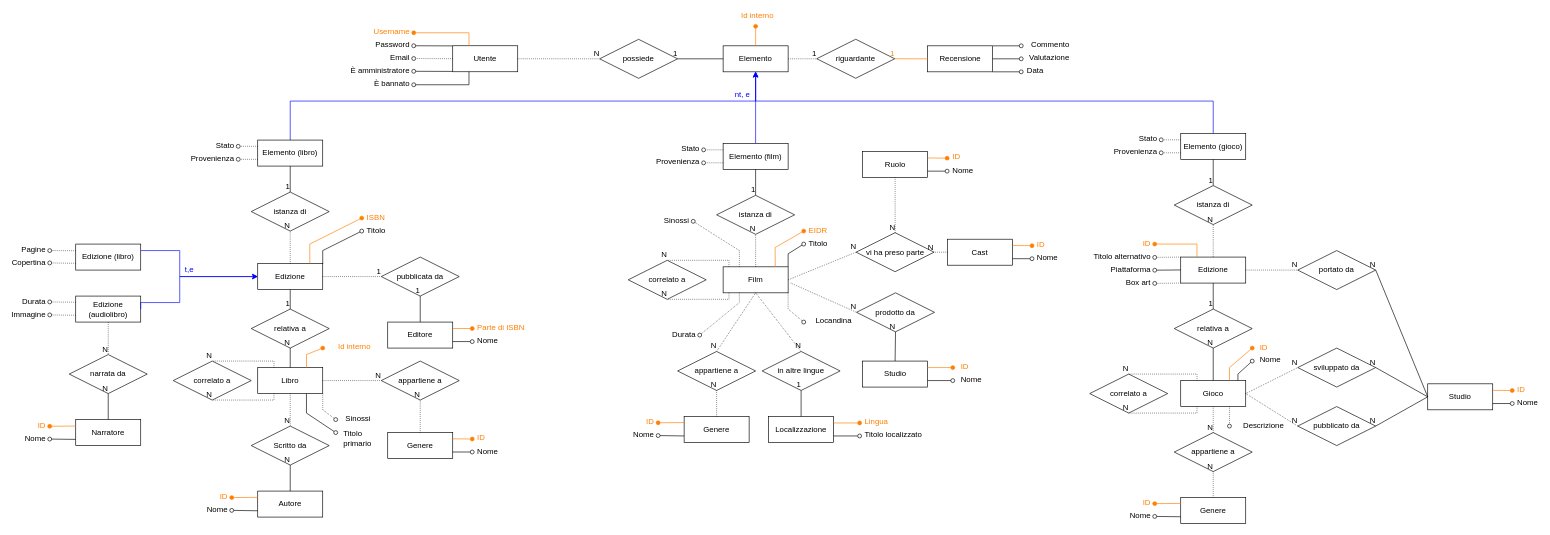
The draw.io diagram schema-finale.drawio in Steffo99/unimore-bdd-2020-alexandria, before the edit. Source tidied: cells renumbered, new cells numbered last; positions are measured from the earlier drawing's top-left corner, leaving out a move shared by most shapes. Both pictures are drawn from the tidied source at 65%, with x=0, y=0 at pixel (49, 26).
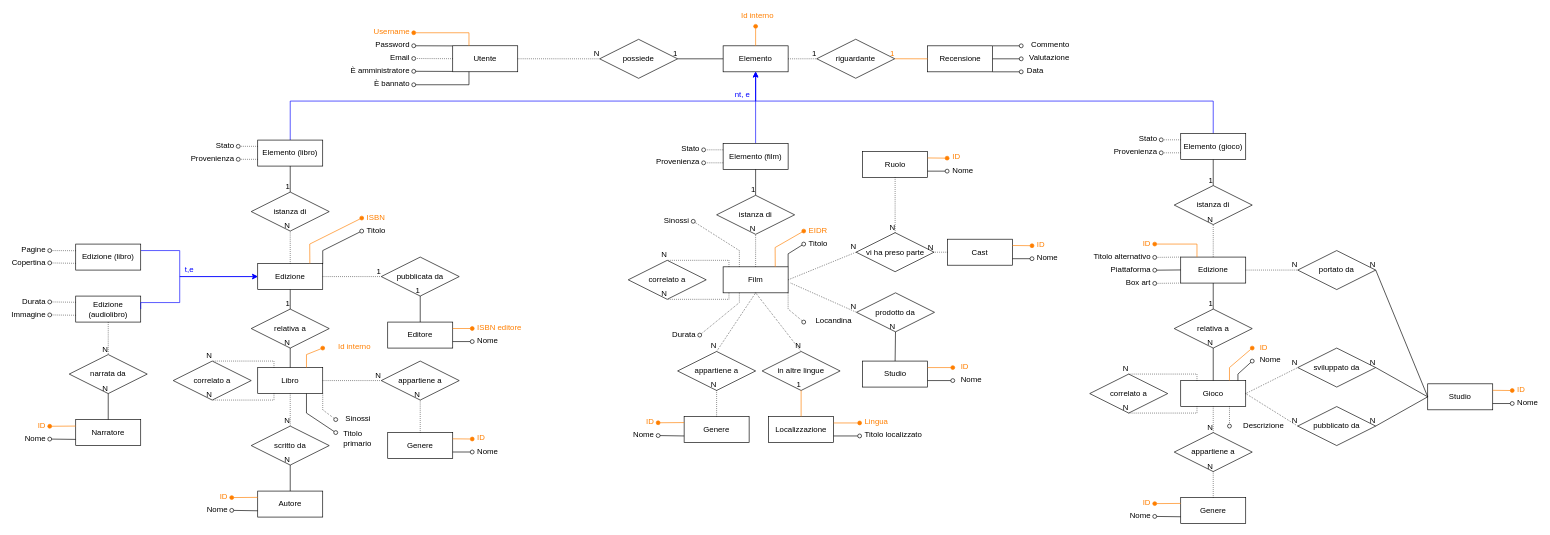
Above is the later version.

Commit message:
Aggiungi chiave mancante

The change refers to these unchanged cells:
```xml
<mxCell id="55" value="Localizzazione" style="whiteSpace=wrap;html=1;align=center;" parent="1" vertex="1">
  <mxGeometry x="1106" y="600.2" width="100" height="40" as="geometry" />
</mxCell>
<mxCell id="79" value="in altre lingue" style="shape=rhombus;perimeter=rhombusPerimeter;whiteSpace=wrap;html=1;align=center;" parent="1" vertex="1">
  <mxGeometry x="1096" y="500.2" width="120" height="60" as="geometry" />
</mxCell>
<mxCell id="132" style="endArrow=oval;html=1;rounded=0;strokeColor=#FF7F00;exitX=1;exitY=0.5;exitDx=0;exitDy=0;endFill=1;" parent="1" edge="1">
  <mxGeometry relative="1" as="geometry">
    <mxPoint x="620" y="464.9" as="sourcePoint" />
    <mxPoint x="650" y="464.9" as="targetPoint" />
  </mxGeometry>
</mxCell>
```

Diff of the diagram source:
```diff
@@
-    <mxCell id="38" value="Scritto da" style="shape=rhombus;perimeter=rhombusPerimeter;whiteSpace=wrap;html=1;align=center;" parent="1" vertex="1">
+    <mxCell id="38" value="&lt;div&gt;scritto da&lt;/div&gt;" style="shape=rhombus;perimeter=rhombusPerimeter;whiteSpace=wrap;html=1;align=center;" parent="1" vertex="1">
       <mxGeometry x="310" y="615" width="120" height="60" as="geometry" />
     </mxCell>
@@
-    <mxCell id="82" style="endArrow=none;html=1;rounded=0;entryX=0.5;entryY=1;entryDx=0;entryDy=0;exitX=0.5;exitY=0;exitDx=0;exitDy=0;" parent="1" edge="1" source="55" target="79">
+    <mxCell id="82" style="endArrow=none;html=1;rounded=0;entryX=0.5;entryY=1;entryDx=0;entryDy=0;exitX=0.5;exitY=0;exitDx=0;exitDy=0;strokeColor=#FF7F00;" parent="1" edge="1" source="55" target="79">
       <mxGeometry relative="1" as="geometry" />
     </mxCell>
@@
-    <mxCell id="133" value="Parte di ISBN" style="align=left;verticalAlign=middle;fontColor=#FF7F00;html=1;spacingRight=0;spacingBottom=4;spacingLeft=6;" parent="132" vertex="1">
+    <mxCell id="133" value="ISBN editore" style="align=left;verticalAlign=middle;fontColor=#FF7F00;html=1;spacingRight=0;spacingBottom=4;spacingLeft=6;" parent="132" vertex="1">
       <mxGeometry x="1" relative="1" as="geometry" />
     </mxCell>
```
